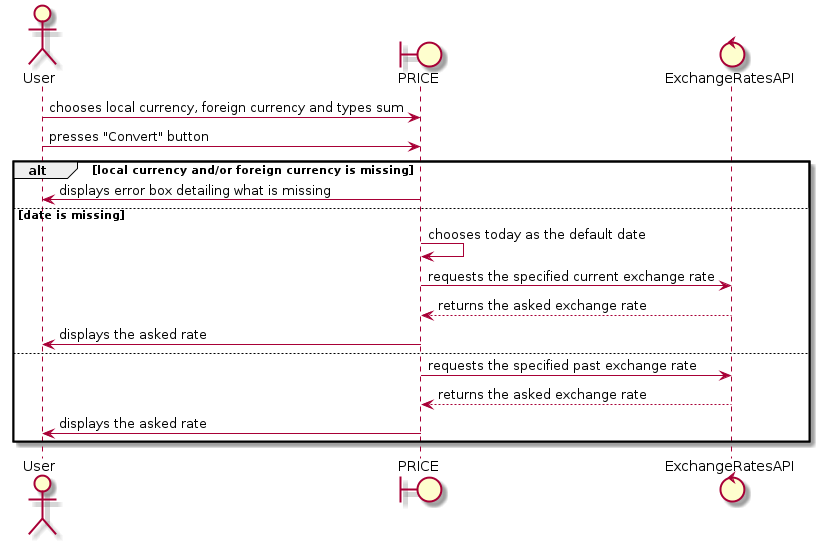
This is SeePastExchangeRatesSequenceDiagram.png from adonisbodea02/BachelorThesis, a PlantUML export, as it was before one commit.
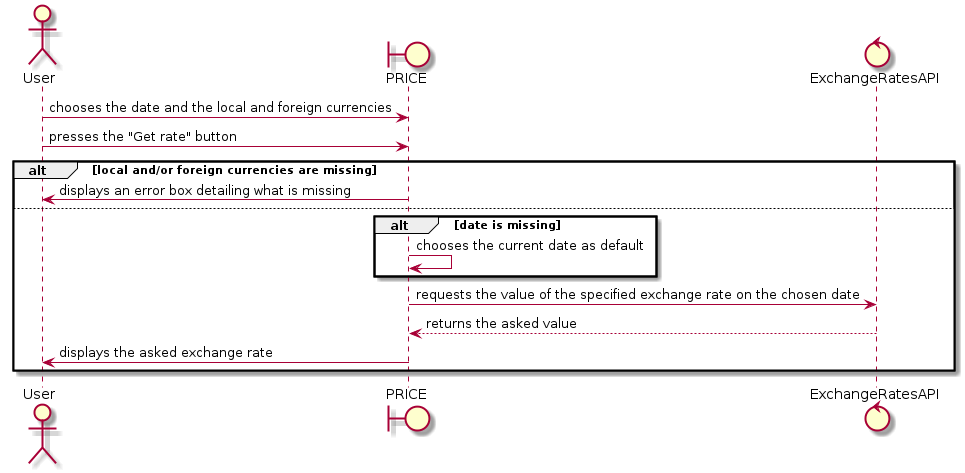
The same diagram one commit later.

The edit, as a diff of the source:
```diff
@@ -2,18 +2,16 @@
 actor User
 boundary PRICE
 control ExchangeRatesAPI
-User -> PRICE: chooses local currency, foreign currency and types sum
-User -> PRICE: presses "Convert" button
-alt local currency and/or foreign currency is missing
-PRICE -> User: displays error box detailing what is missing
-else date is missing
-PRICE -> PRICE: chooses today as the default date
-PRICE -> ExchangeRatesAPI: requests the specified current exchange rate
-ExchangeRatesAPI --> PRICE: returns the asked exchange rate
-PRICE -> User: displays the asked rate
+User -> PRICE: chooses the date and the local and foreign currencies
+User -> PRICE: presses the "Get rate" button
+alt local and/or foreign currencies are missing
+PRICE -> User: displays an error box detailing what is missing
 else
-PRICE -> ExchangeRatesAPI: requests the specified past exchange rate
-ExchangeRatesAPI --> PRICE: returns the asked exchange rate
-PRICE -> User: displays the asked rate
+alt date is missing
+PRICE -> PRICE: chooses the current date as default
+end
+PRICE -> ExchangeRatesAPI: requests the value of the specified exchange rate on the chosen date
+ExchangeRatesAPI --> PRICE: returns the asked value
+PRICE -> User: displays the asked exchange rate
 end
 @enduml
```
